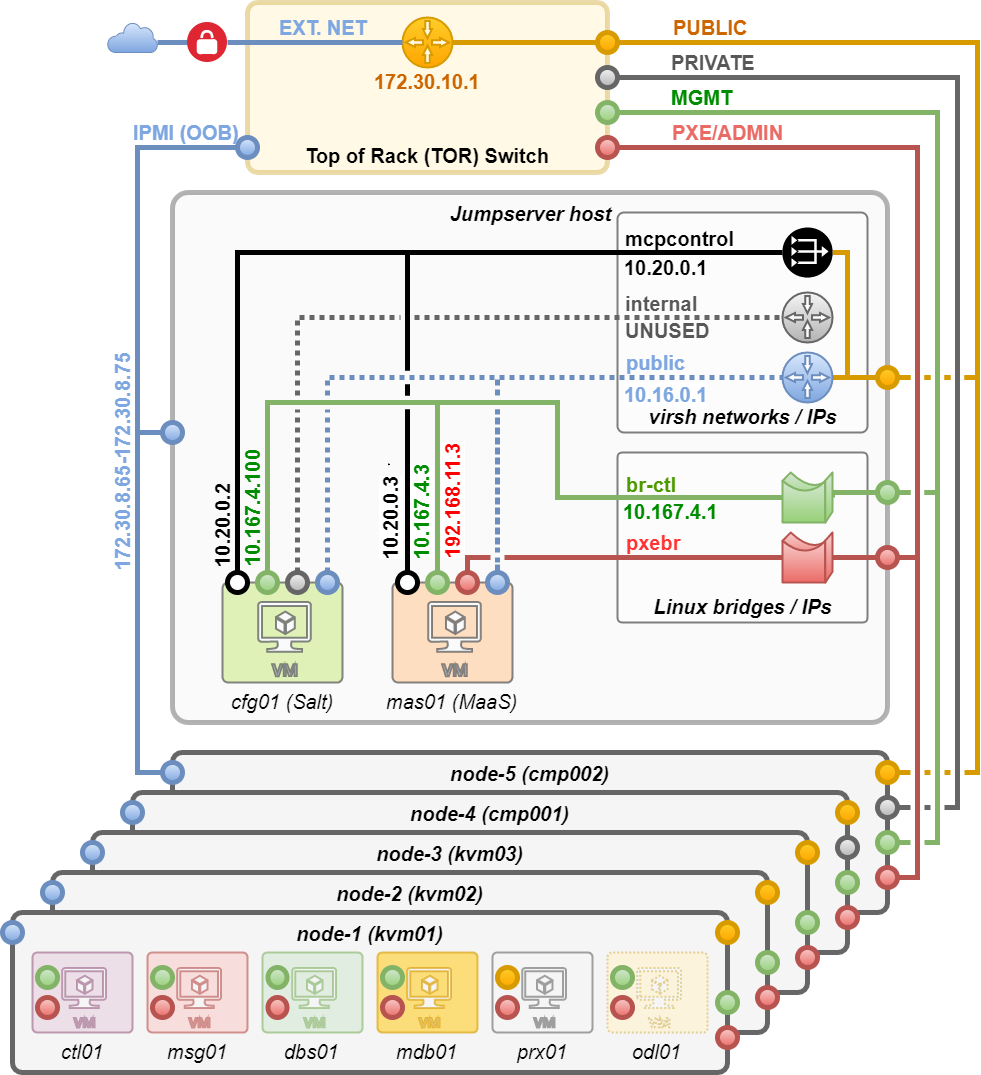
opnfv/fuel keeps this draw.io diagram as docs/release/installation/img/lf_pod2.png. Above is the earlier version. Source tidied: cells renumbered, new cells last; positions are measured from the earlier drawing's top-left corner, leaving out a move shared by most shapes.
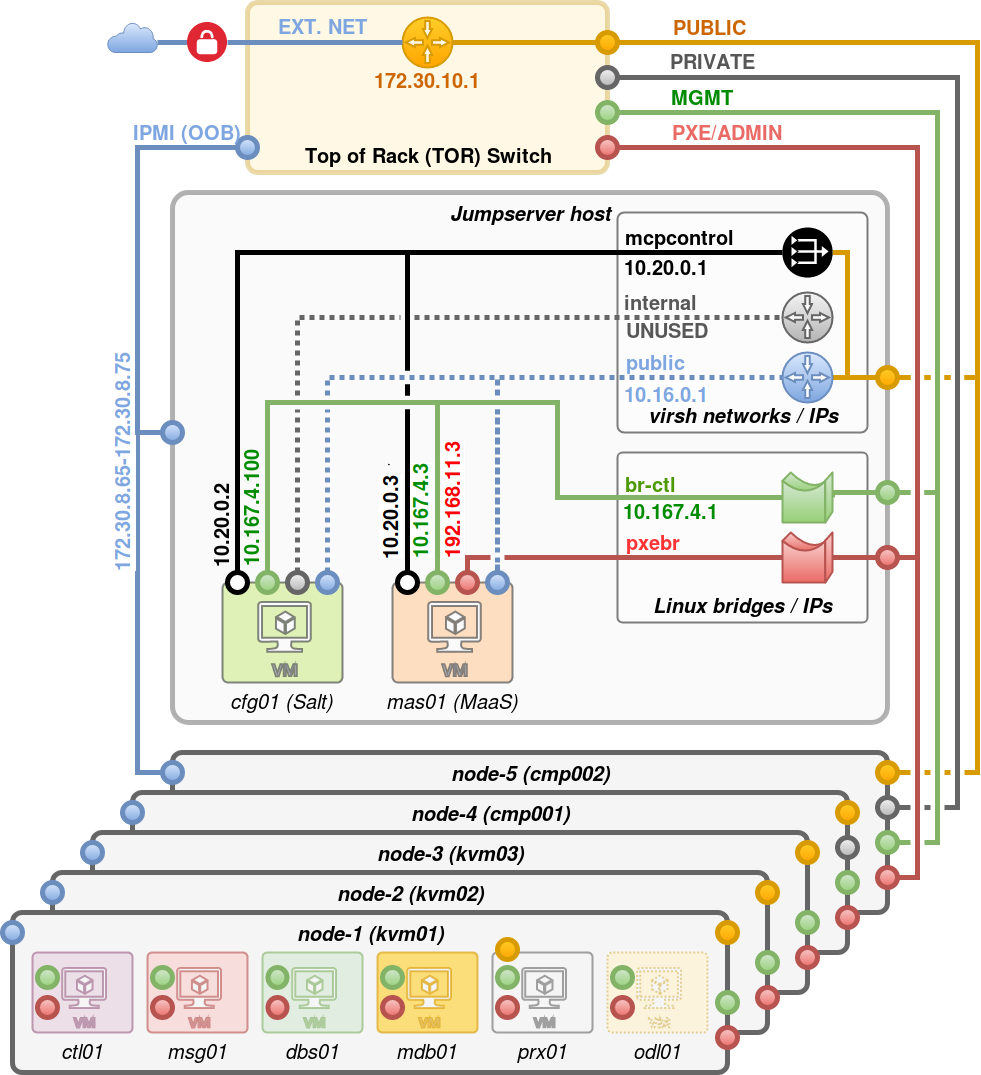
After the commit.

Change to the diagram source:
```diff
@@ -137,7 +137,7 @@
       <mxGeometry x="510" y="995" width="20" height="20" as="geometry" />
     </mxCell>
     <mxCell id="35" style="ellipse;whiteSpace=wrap;html=1;fillColor=#ffcd28;strokeColor=#d79b00;strokeWidth=5;perimeterSpacing=0;gradientColor=#ffa500;fontStyle=0;" parent="1" vertex="1">
-      <mxGeometry x="510" y="965" width="20" height="20" as="geometry" />
+      <mxGeometry x="510" y="937" width="20" height="20" as="geometry" />
     </mxCell>
     <mxCell id="36" style="ellipse;whiteSpace=wrap;html=1;fillColor=#f8cecc;strokeColor=#b85450;gradientColor=#ea6b66;strokeWidth=5;perimeterSpacing=0;fontStyle=0;" parent="1" vertex="1">
       <mxGeometry x="395" y="995" width="20" height="20" as="geometry" />
@@ -541,5 +541,8 @@
         <mxPoint x="-74" y="-8" as="offset" />
       </mxGeometry>
     </mxCell>
+    <mxCell id="124" style="ellipse;whiteSpace=wrap;html=1;fillColor=#d5e8d4;strokeColor=#82b366;strokeWidth=5;perimeterSpacing=0;gradientColor=#97d077;fontStyle=0;" parent="1" vertex="1">
+      <mxGeometry x="510" y="965" width="20" height="20" as="geometry" />
+    </mxCell>
   </root>
 </mxGraphModel>
```
